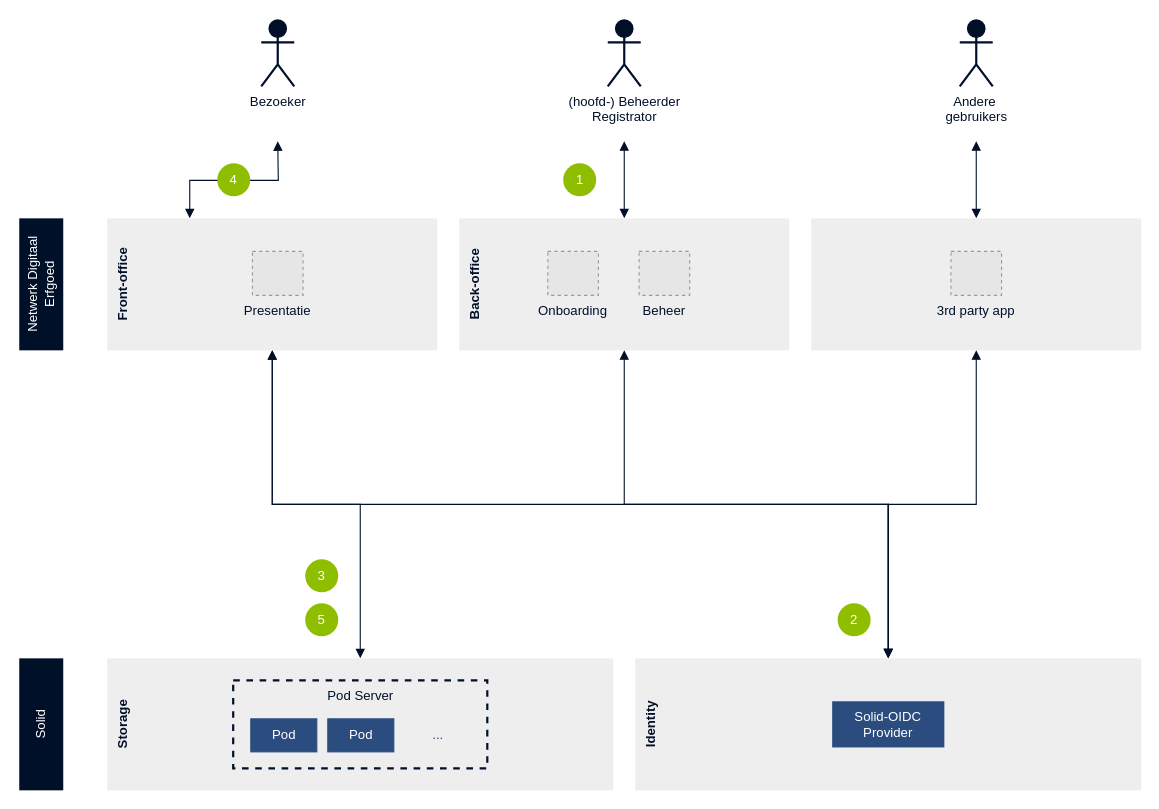
netwerk-digitaal-erfgoed/solid-crs keeps this draw.io diagram as docs/modules/ROOT/images/architecture-now.drawio. Above is the earlier version. Source tidied: cells renumbered, new cells numbered last; positions are measured from the earlier drawing's top-left corner, leaving out a move shared by most shapes. Both pictures are drawn from the tidied source at 110%, with x=0, y=0 at pixel (-25, 20). Pictures stored in the file or linked from it are replaced by grey dashed boxes.
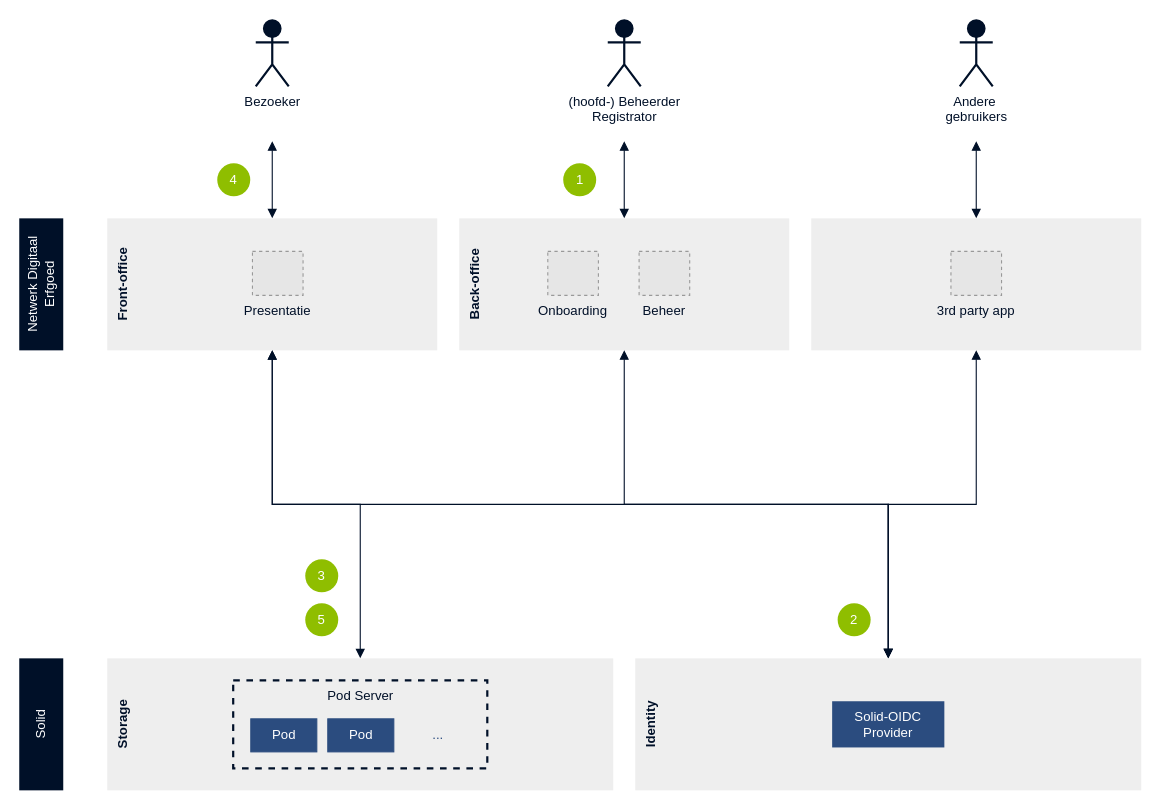
Above is the later version.

Commit message (it also covers changes not shown here):
docs: fixed interactions in architecture diagram

Unchanged cells that the change refers to:
```xml
<mxCell id="4" value="Front-office" style="rounded=0;whiteSpace=wrap;html=1;horizontal=0;verticalAlign=top;fontStyle=1;fillColor=#EEE;strokeColor=none;fontColor=#001029;" parent="1" vertex="1">
  <mxGeometry x="120" y="180" width="300" height="120" as="geometry" />
</mxCell>
```

What changed in the source:
```diff
@@
-    <mxCell id="3" style="edgeStyle=orthogonalEdgeStyle;rounded=0;jettySize=auto;html=1;exitX=0.25;exitY=0;exitDx=0;exitDy=0;startArrow=block;startFill=1;endArrow=block;endFill=1;strokeColor=#001028;fontColor=#FFFFFF;" parent="1" edge="1" source="4">
+    <mxCell id="3" style="edgeStyle=orthogonalEdgeStyle;rounded=0;jettySize=auto;html=1;exitX=0.5;exitY=0;exitDx=0;exitDy=0;startArrow=block;startFill=1;endArrow=block;endFill=1;strokeColor=#001028;fontColor=#FFFFFF;" parent="1" edge="1" source="4">
       <mxGeometry relative="1" as="geometry">
-        <mxPoint x="275" y="110" as="targetPoint" />
+        <mxPoint x="270" y="110" as="targetPoint" />
       </mxGeometry>
     </mxCell>
@@
     <mxCell id="5" value="Bezoeker" style="shape=umlActor;verticalLabelPosition=bottom;verticalAlign=top;html=1;strokeWidth=2;fontColor=#001028;fillColor=#001028;strokeColor=#001028;" parent="1" vertex="1">
-      <mxGeometry x="260" width="30" height="60" as="geometry" />
+      <mxGeometry x="255" width="30" height="60" as="geometry" />
     </mxCell>
```
